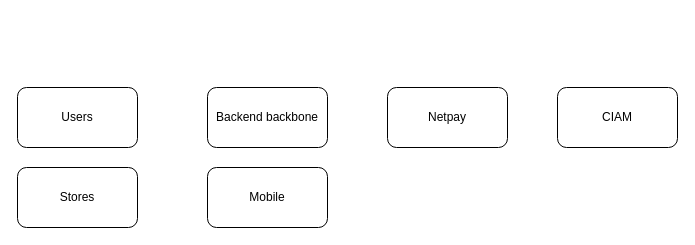
Before: SmartLogin.drawio in marcoluisdf/documentacion, a draw.io diagram. Source tidied: cells renumbered, new cells numbered last; positions are measured from the earlier drawing's top-left corner, leaving out a move shared by most shapes. Both pictures are drawn from the tidied source at 100%, with x=0, y=0 at pixel (17, 87).
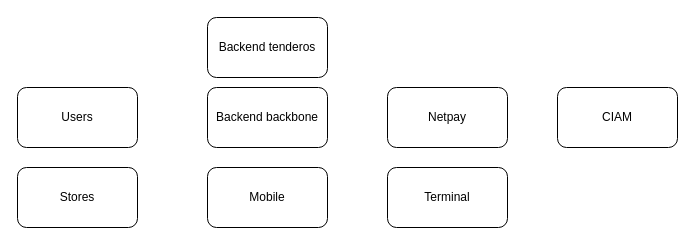
The same page after the edit.

Change to the diagram source:
```diff
@@
 <mxGraphModel>
   <root>
     <mxCell id="0" />
     <mxCell id="1" parent="0" />
     <mxCell id="2" value="Backend backbone" style="rounded=1;whiteSpace=wrap;html=1;" parent="1" vertex="1">
       <mxGeometry x="190" width="120" height="60" as="geometry" />
     </mxCell>
     <mxCell id="3" value="Users" style="rounded=1;whiteSpace=wrap;html=1;" parent="1" vertex="1">
       <mxGeometry width="120" height="60" as="geometry" />
     </mxCell>
     <mxCell id="4" value="Netpay" style="rounded=1;whiteSpace=wrap;html=1;" parent="1" vertex="1">
       <mxGeometry x="370" width="120" height="60" as="geometry" />
     </mxCell>
     <mxCell id="5" value="Mobile" style="rounded=1;whiteSpace=wrap;html=1;" parent="1" vertex="1">
       <mxGeometry x="190" y="80" width="120" height="60" as="geometry" />
     </mxCell>
     <mxCell id="6" value="CIAM" style="rounded=1;whiteSpace=wrap;html=1;" parent="1" vertex="1">
       <mxGeometry x="540" width="120" height="60" as="geometry" />
     </mxCell>
     <mxCell id="7" value="Stores" style="rounded=1;whiteSpace=wrap;html=1;" parent="1" vertex="1">
       <mxGeometry y="80" width="120" height="60" as="geometry" />
     </mxCell>
+    <mxCell id="8" value="Backend tenderos" style="rounded=1;whiteSpace=wrap;html=1;" parent="1" vertex="1">
+      <mxGeometry x="190" y="-70" width="120" height="60" as="geometry" />
+    </mxCell>
+    <mxCell id="9" value="Terminal" style="rounded=1;whiteSpace=wrap;html=1;" parent="1" vertex="1">
+      <mxGeometry x="370" y="80" width="120" height="60" as="geometry" />
+    </mxCell>
   </root>
 </mxGraphModel>
```
